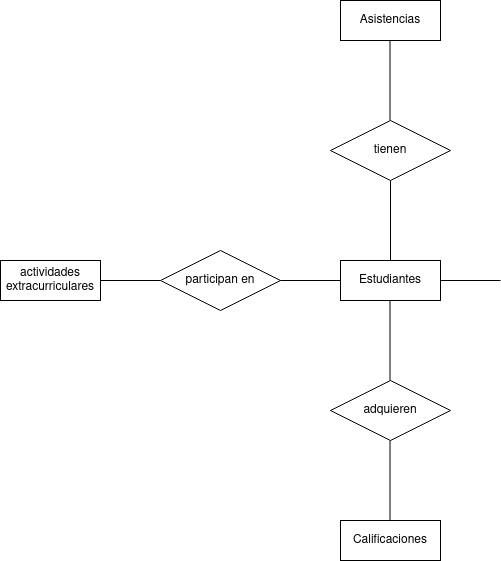
Before: unidad-1/Tarea/Tarea 6/Diagrama 8 tarea.drawio.png, a diagram exported from draw.io (MaykelCM/base-datos). Source tidied: cells renumbered, new cells last; positions are measured from the earlier drawing's top-left corner, leaving out a move shared by most shapes.
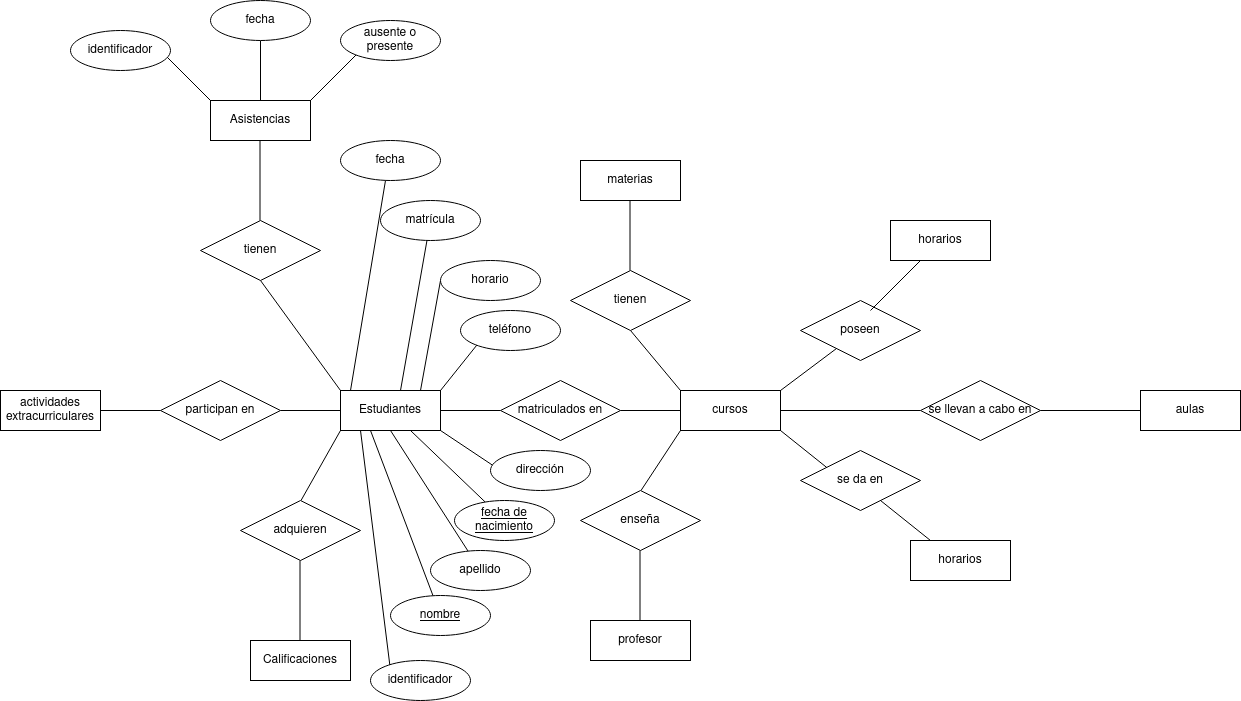
After the change.

The edit, as a diff of the source:
```diff
@@ -7,21 +7,21 @@
     </mxCell>
     <mxCell id="3" style="endArrow=none;html=1;rounded=0;" parent="1" edge="1">
       <mxGeometry relative="1" as="geometry">
-        <mxPoint x="390" y="260" as="sourcePoint" />
-        <mxPoint x="390" y="180" as="targetPoint" />
+        <mxPoint x="340" y="260" as="sourcePoint" />
+        <mxPoint x="260" y="150" as="targetPoint" />
       </mxGeometry>
     </mxCell>
     <mxCell id="4" value="tienen" style="shape=rhombus;perimeter=rhombusPerimeter;whiteSpace=wrap;html=1;align=center;" parent="1" vertex="1">
-      <mxGeometry x="330" y="120" width="120" height="60" as="geometry" />
+      <mxGeometry x="200" y="90" width="120" height="60" as="geometry" />
     </mxCell>
     <mxCell id="5" style="endArrow=none;html=1;rounded=0;" parent="1" edge="1">
       <mxGeometry relative="1" as="geometry">
-        <mxPoint x="389.5" y="120" as="sourcePoint" />
-        <mxPoint x="389.5" y="40" as="targetPoint" />
+        <mxPoint x="259.5" y="90" as="sourcePoint" />
+        <mxPoint x="259.5" y="10" as="targetPoint" />
       </mxGeometry>
     </mxCell>
     <mxCell id="6" value="Asistencias" style="whiteSpace=wrap;html=1;align=center;" parent="1" vertex="1">
-      <mxGeometry x="340" width="100" height="40" as="geometry" />
+      <mxGeometry x="210" y="-30" width="100" height="40" as="geometry" />
     </mxCell>
     <mxCell id="7" style="line;strokeWidth=1;dashed=0;labelPosition=right;align=left;verticalAlign=middle;spacingTop=0;spacingLeft=6;" parent="1" vertex="1">
       <mxGeometry x="280" y="275" width="60" height="10" as="geometry" />
@@ -40,21 +40,216 @@
     </mxCell>
     <mxCell id="12" style="endArrow=none;html=1;rounded=0;" parent="1" edge="1">
       <mxGeometry relative="1" as="geometry">
-        <mxPoint x="389.5" y="380" as="sourcePoint" />
-        <mxPoint x="389.5" y="300" as="targetPoint" />
+        <mxPoint x="300.5" y="370" as="sourcePoint" />
+        <mxPoint x="340" y="300" as="targetPoint" />
       </mxGeometry>
     </mxCell>
     <mxCell id="13" value="adquieren" style="shape=rhombus;perimeter=rhombusPerimeter;whiteSpace=wrap;html=1;align=center;" parent="1" vertex="1">
-      <mxGeometry x="330" y="380" width="120" height="60" as="geometry" />
+      <mxGeometry x="240" y="370" width="120" height="60" as="geometry" />
     </mxCell>
     <mxCell id="14" style="endArrow=none;html=1;rounded=0;" parent="1" edge="1">
       <mxGeometry relative="1" as="geometry">
-        <mxPoint x="389.5" y="520" as="sourcePoint" />
-        <mxPoint x="389.5" y="440" as="targetPoint" />
+        <mxPoint x="299.5" y="510" as="sourcePoint" />
+        <mxPoint x="299.5" y="430" as="targetPoint" />
       </mxGeometry>
     </mxCell>
     <mxCell id="15" value="Calificaciones" style="whiteSpace=wrap;html=1;align=center;" parent="1" vertex="1">
-      <mxGeometry x="340" y="520" width="100" height="40" as="geometry" />
+      <mxGeometry x="250" y="510" width="100" height="40" as="geometry" />
     </mxCell>
+    <mxCell id="16" value="matriculados en" style="shape=rhombus;perimeter=rhombusPerimeter;whiteSpace=wrap;html=1;align=center;" parent="1" vertex="1">
+      <mxGeometry x="500" y="250" width="120" height="60" as="geometry" />
+    </mxCell>
+    <mxCell id="17" style="line;strokeWidth=1;dashed=0;labelPosition=right;align=left;verticalAlign=middle;spacingTop=0;spacingLeft=6;" parent="1" vertex="1">
+      <mxGeometry x="620" y="275" width="60" height="10" as="geometry" />
+    </mxCell>
+    <mxCell id="18" value="cursos" style="whiteSpace=wrap;html=1;align=center;" parent="1" vertex="1">
+      <mxGeometry x="680" y="260" width="100" height="40" as="geometry" />
+    </mxCell>
+    <mxCell id="19" style="endArrow=none;html=1;rounded=0;" parent="1" edge="1">
+      <mxGeometry relative="1" as="geometry">
+        <mxPoint x="680" y="260" as="sourcePoint" />
+        <mxPoint x="630" y="200" as="targetPoint" />
+      </mxGeometry>
+    </mxCell>
+    <mxCell id="20" value="tienen" style="shape=rhombus;perimeter=rhombusPerimeter;whiteSpace=wrap;html=1;align=center;" parent="1" vertex="1">
+      <mxGeometry x="570" y="140" width="120" height="60" as="geometry" />
+    </mxCell>
+    <mxCell id="21" style="endArrow=none;html=1;rounded=0;" parent="1" edge="1">
+      <mxGeometry relative="1" as="geometry">
+        <mxPoint x="629.5" y="140" as="sourcePoint" />
+        <mxPoint x="629.5" y="70" as="targetPoint" />
+      </mxGeometry>
+    </mxCell>
+    <mxCell id="22" value="materias" style="whiteSpace=wrap;html=1;align=center;" parent="1" vertex="1">
+      <mxGeometry x="580" y="30" width="100" height="40" as="geometry" />
+    </mxCell>
+    <mxCell id="23" style="endArrow=none;html=1;rounded=0;" parent="1" edge="1">
+      <mxGeometry relative="1" as="geometry">
+        <mxPoint x="640.5" y="360" as="sourcePoint" />
+        <mxPoint x="680" y="300" as="targetPoint" />
+      </mxGeometry>
+    </mxCell>
+    <mxCell id="24" value="enseña" style="shape=rhombus;perimeter=rhombusPerimeter;whiteSpace=wrap;html=1;align=center;" parent="1" vertex="1">
+      <mxGeometry x="580" y="360" width="120" height="60" as="geometry" />
+    </mxCell>
+    <mxCell id="25" style="endArrow=none;html=1;rounded=0;" parent="1" edge="1">
+      <mxGeometry relative="1" as="geometry">
+        <mxPoint x="639.5" y="490" as="sourcePoint" />
+        <mxPoint x="639.5" y="420" as="targetPoint" />
+      </mxGeometry>
+    </mxCell>
+    <mxCell id="26" value="profesor" style="whiteSpace=wrap;html=1;align=center;" parent="1" vertex="1">
+      <mxGeometry x="590" y="490" width="100" height="40" as="geometry" />
+    </mxCell>
+    <mxCell id="27" style="endArrow=none;html=1;rounded=0;" parent="1" edge="1" target="29">
+      <mxGeometry relative="1" as="geometry">
+        <mxPoint x="780" y="260" as="sourcePoint" />
+      </mxGeometry>
+    </mxCell>
+    <mxCell id="28" style="endArrow=none;html=1;rounded=0;" parent="1" edge="1">
+      <mxGeometry relative="1" as="geometry">
+        <mxPoint x="780" y="300" as="sourcePoint" />
+        <mxPoint x="830" y="340" as="targetPoint" />
+      </mxGeometry>
+    </mxCell>
+    <mxCell id="29" value="poseen" style="shape=rhombus;perimeter=rhombusPerimeter;whiteSpace=wrap;html=1;align=center;" parent="1" vertex="1">
+      <mxGeometry x="800" y="170" width="120" height="60" as="geometry" />
+    </mxCell>
+    <mxCell id="30" style="endArrow=none;html=1;rounded=0;" parent="1" edge="1">
+      <mxGeometry relative="1" as="geometry">
+        <mxPoint x="870" y="180" as="sourcePoint" />
+        <mxPoint x="920" y="130" as="targetPoint" />
+      </mxGeometry>
+    </mxCell>
+    <mxCell id="31" value="horarios" style="whiteSpace=wrap;html=1;align=center;" parent="1" vertex="1">
+      <mxGeometry x="890" y="90" width="100" height="40" as="geometry" />
+    </mxCell>
+    <mxCell id="32" value="se da en" style="shape=rhombus;perimeter=rhombusPerimeter;whiteSpace=wrap;html=1;align=center;" parent="1" vertex="1">
+      <mxGeometry x="800" y="320" width="120" height="60" as="geometry" />
+    </mxCell>
+    <mxCell id="33" style="endArrow=none;html=1;rounded=0;" parent="1" edge="1">
+      <mxGeometry relative="1" as="geometry">
+        <mxPoint x="880" y="370" as="sourcePoint" />
+        <mxPoint x="930" y="410" as="targetPoint" />
+      </mxGeometry>
+    </mxCell>
+    <mxCell id="34" value="horarios" style="whiteSpace=wrap;html=1;align=center;" parent="1" vertex="1">
+      <mxGeometry x="910" y="410" width="100" height="40" as="geometry" />
+    </mxCell>
+    <mxCell id="35" style="line;strokeWidth=1;dashed=0;labelPosition=right;align=left;verticalAlign=middle;spacingTop=0;spacingLeft=6;" parent="1" vertex="1">
+      <mxGeometry x="780" y="275" width="140" height="10" as="geometry" />
+    </mxCell>
+    <mxCell id="36" value="se llevan a cabo en" style="shape=rhombus;perimeter=rhombusPerimeter;whiteSpace=wrap;html=1;align=center;" parent="1" vertex="1">
+      <mxGeometry x="920" y="250" width="120" height="60" as="geometry" />
+    </mxCell>
+    <mxCell id="37" style="line;strokeWidth=1;dashed=0;labelPosition=right;align=left;verticalAlign=middle;spacingTop=0;spacingLeft=6;" parent="1" vertex="1">
+      <mxGeometry x="1040" y="275" width="100" height="10" as="geometry" />
+    </mxCell>
+    <mxCell id="38" value="aulas" style="whiteSpace=wrap;html=1;align=center;" parent="1" vertex="1">
+      <mxGeometry x="1140" y="260" width="100" height="40" as="geometry" />
+    </mxCell>
+    <mxCell id="39" style="endArrow=none;html=1;rounded=0;" parent="1" edge="1">
+      <mxGeometry relative="1" as="geometry">
+        <mxPoint x="440" y="260" as="sourcePoint" />
+        <mxPoint x="480" y="210" as="targetPoint" />
+      </mxGeometry>
+    </mxCell>
+    <mxCell id="40" style="endArrow=none;html=1;rounded=0;entryX=0;entryY=0.5;entryDx=0;entryDy=0;" parent="1" edge="1" target="55">
+      <mxGeometry relative="1" as="geometry">
+        <mxPoint x="420" y="260" as="sourcePoint" />
+      </mxGeometry>
+    </mxCell>
+    <mxCell id="41" style="endArrow=none;html=1;rounded=0;" parent="1" edge="1" target="54">
+      <mxGeometry relative="1" as="geometry">
+        <mxPoint x="400" y="260" as="sourcePoint" />
+      </mxGeometry>
+    </mxCell>
+    <mxCell id="42" style="endArrow=none;html=1;rounded=0;" parent="1" edge="1">
+      <mxGeometry relative="1" as="geometry">
+        <mxPoint x="350" y="260" as="sourcePoint" />
+        <mxPoint x="386.7" y="40" as="targetPoint" />
+      </mxGeometry>
+    </mxCell>
+    <mxCell id="43" style="endArrow=none;html=1;rounded=0;" parent="1" edge="1">
+      <mxGeometry relative="1" as="geometry">
+        <mxPoint x="500" y="340" as="sourcePoint" />
+        <mxPoint x="440" y="300" as="targetPoint" />
+      </mxGeometry>
+    </mxCell>
+    <mxCell id="44" style="endArrow=none;html=1;rounded=0;" parent="1" edge="1" source="49">
+      <mxGeometry relative="1" as="geometry">
+        <mxPoint x="410" y="300" as="targetPoint" />
+      </mxGeometry>
+    </mxCell>
+    <mxCell id="45" style="endArrow=none;html=1;rounded=0;" parent="1" edge="1" source="50">
+      <mxGeometry relative="1" as="geometry">
+        <mxPoint x="390" y="300" as="targetPoint" />
+      </mxGeometry>
+    </mxCell>
+    <mxCell id="46" style="endArrow=none;html=1;rounded=0;" parent="1" edge="1" source="51">
+      <mxGeometry relative="1" as="geometry">
+        <mxPoint x="370" y="300" as="targetPoint" />
+      </mxGeometry>
+    </mxCell>
+    <mxCell id="47" style="endArrow=none;html=1;rounded=0;" parent="1" edge="1">
+      <mxGeometry relative="1" as="geometry">
+        <mxPoint x="390" y="540" as="sourcePoint" />
+        <mxPoint x="360" y="300" as="targetPoint" />
+      </mxGeometry>
+    </mxCell>
+    <mxCell id="48" value="dirección" style="ellipse;whiteSpace=wrap;html=1;align=center;" parent="1" vertex="1">
+      <mxGeometry x="490" y="320" width="100" height="40" as="geometry" />
+    </mxCell>
+    <mxCell id="49" value="fecha de nacimiento" style="ellipse;whiteSpace=wrap;html=1;align=center;fontStyle=4;" parent="1" vertex="1">
+      <mxGeometry x="454" y="370" width="100" height="40" as="geometry" />
+    </mxCell>
+    <mxCell id="50" value="apellido" style="ellipse;whiteSpace=wrap;html=1;align=center;" parent="1" vertex="1">
+      <mxGeometry x="430" y="420" width="100" height="40" as="geometry" />
+    </mxCell>
+    <mxCell id="51" value="nombre" style="ellipse;whiteSpace=wrap;html=1;align=center;fontStyle=4;" parent="1" vertex="1">
+      <mxGeometry x="390" y="465" width="100" height="40" as="geometry" />
+    </mxCell>
+    <mxCell id="52" value="identificador" style="ellipse;whiteSpace=wrap;html=1;align=center;" parent="1" vertex="1">
+      <mxGeometry x="370" y="530" width="100" height="40" as="geometry" />
+    </mxCell>
+    <mxCell id="53" value="teléfono" style="ellipse;whiteSpace=wrap;html=1;align=center;" parent="1" vertex="1">
+      <mxGeometry x="460" y="180" width="100" height="40" as="geometry" />
+    </mxCell>
+    <mxCell id="54" value="matrícula" style="ellipse;whiteSpace=wrap;html=1;align=center;" parent="1" vertex="1">
+      <mxGeometry x="380" y="70" width="100" height="40" as="geometry" />
+    </mxCell>
+    <mxCell id="55" value="horario" style="ellipse;whiteSpace=wrap;html=1;align=center;" parent="1" vertex="1">
+      <mxGeometry x="440" y="130" width="100" height="40" as="geometry" />
+    </mxCell>
+    <mxCell id="56" value="fecha" style="ellipse;whiteSpace=wrap;html=1;align=center;" parent="1" vertex="1">
+      <mxGeometry x="340" y="10" width="100" height="40" as="geometry" />
+    </mxCell>
+    <mxCell id="57" style="endArrow=none;html=1;rounded=0;" parent="1" edge="1">
+      <mxGeometry relative="1" as="geometry">
+        <mxPoint x="310" y="-30" as="sourcePoint" />
+        <mxPoint x="360" y="-80" as="targetPoint" />
+      </mxGeometry>
+    </mxCell>
+    <mxCell id="58" style="endArrow=none;html=1;rounded=0;" parent="1" edge="1">
+      <mxGeometry relative="1" as="geometry">
+        <mxPoint x="260" y="-30" as="sourcePoint" />
+        <mxPoint x="260" y="-90" as="targetPoint" />
+      </mxGeometry>
+    </mxCell>
+    <mxCell id="59" style="endArrow=none;html=1;rounded=0;" parent="1" edge="1">
+      <mxGeometry relative="1" as="geometry">
+        <mxPoint x="160" y="-80" as="sourcePoint" />
+        <mxPoint x="210" y="-30" as="targetPoint" />
+      </mxGeometry>
+    </mxCell>
+    <mxCell id="60" value="identificador" style="ellipse;whiteSpace=wrap;html=1;align=center;" parent="1" vertex="1">
+      <mxGeometry x="70" y="-100" width="100" height="40" as="geometry" />
+    </mxCell>
+    <mxCell id="61" value="fecha" style="ellipse;whiteSpace=wrap;html=1;align=center;" parent="1" vertex="1">
+      <mxGeometry x="210" y="-130" width="100" height="40" as="geometry" />
+    </mxCell>
+    <mxCell id="62" value="ausente o presente" style="ellipse;whiteSpace=wrap;html=1;align=center;" parent="1" vertex="1">
+      <mxGeometry x="340" y="-110" width="100" height="40" as="geometry" />
+    </mxCell>
   </root>
 </mxGraphModel>
```
